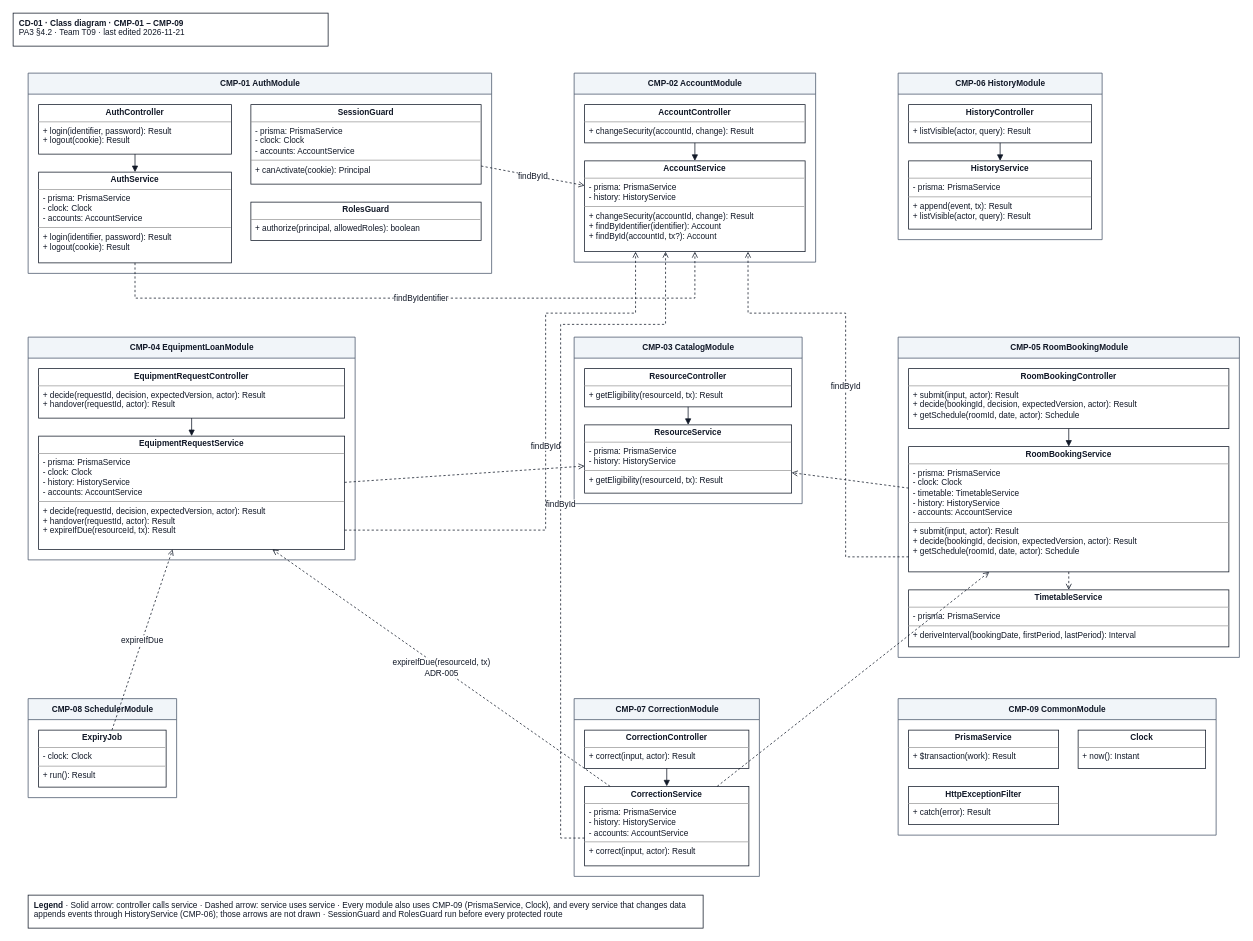
Above: docs/design/diagrams/CD-01_component-classes.drawio in JuliaTrang/T09-CampusBorrow (draw.io), before the change. Source tidied: cells renumbered, new cells numbered last; positions are measured from the earlier drawing's top-left corner, leaving out a move shared by most shapes. Both pictures are drawn from the tidied source at 75%, with x=0, y=0 at pixel (13, 13).
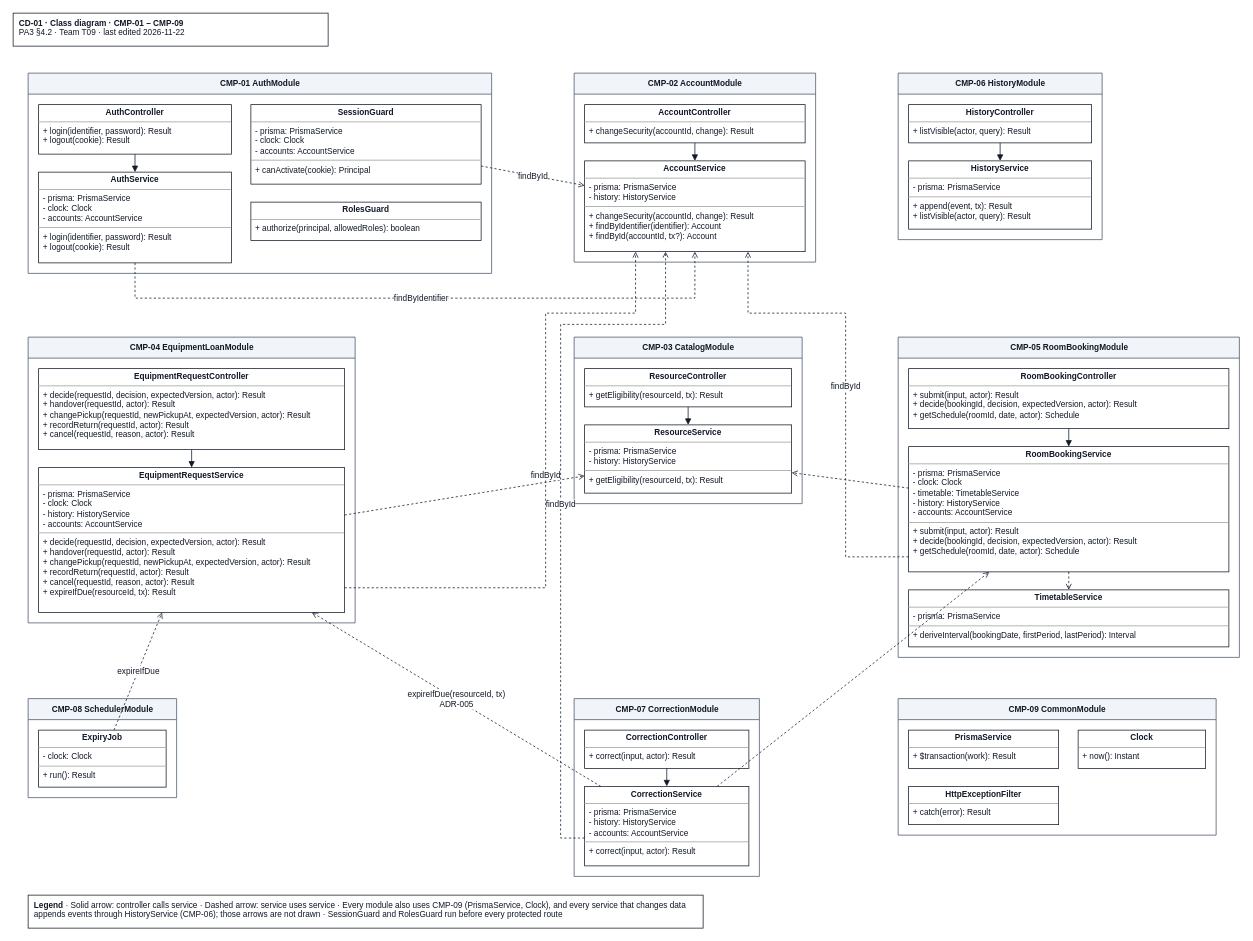
Above is the later version.

Unchanged cells that the change refers to:
```xml
<mxCell id="10" value="&lt;p style=&quot;margin:0px;margin-top:4px;text-align:center;&quot;&gt;&lt;b&gt;AccountService&lt;/b&gt;&lt;/p&gt;&lt;hr size=&quot;1&quot;/&gt;&lt;p style=&quot;margin:0px;margin-left:6px;&quot;&gt;- prisma: PrismaService&lt;br&gt;- history: HistoryService&lt;/p&gt;&lt;hr size=&quot;1&quot;/&gt;&lt;p style=&quot;margin:0px;margin-left:6px;&quot;&gt;+ changeSecurity(accountId, change): Result&lt;br&gt;+ findByIdentifier(identifier): Account&lt;br&gt;+ findById(accountId, tx?): Account&lt;/p&gt;" style="verticalAlign=top;align=left;overflow=fill;html=1;whiteSpace=wrap;rounded=0;strokeColor=#111827;fillColor=#ffffff;fontFamily=Arial;fontSize=11;fontColor=#111827;" parent="8" vertex="1">
  <mxGeometry x="14" y="117" width="294" height="121" as="geometry" />
</mxCell>
```

Change to the diagram source:
```diff
@@
-    <mxCell id="2" value="&lt;b&gt;CD-01 · Class diagram · CMP-01 – CMP-09&lt;/b&gt;&lt;br&gt;PA3 §4.2 · Team T09 · last edited 2026-11-21" style="rounded=0;whiteSpace=wrap;html=1;align=left;verticalAlign=top;spacingLeft=6;strokeColor=#111827;fillColor=#ffffff;fontFamily=Arial;fontSize=11;fontColor=#111827;" parent="1" vertex="1">
+    <mxCell id="2" value="&lt;b&gt;CD-01 · Class diagram · CMP-01 – CMP-09&lt;/b&gt;&lt;br&gt;PA3 §4.2 · Team T09 · last edited 2026-11-22" style="rounded=0;whiteSpace=wrap;html=1;align=left;verticalAlign=top;spacingLeft=6;strokeColor=#111827;fillColor=#ffffff;fontFamily=Arial;fontSize=11;fontColor=#111827;" parent="1" vertex="1">
       <mxGeometry width="420" height="44" as="geometry" />
     </mxCell>
@@
     <mxCell id="14" value="CMP-04 EquipmentLoanModule" style="swimlane;startSize=28;html=1;horizontal=1;fillColor=#f1f5f9;strokeColor=#475569;fontStyle=1;rounded=0;fontFamily=Arial;fontSize=11;fontColor=#111827;" parent="1" vertex="1">
-      <mxGeometry x="20" y="432" width="436" height="297" as="geometry" />
+      <mxGeometry x="20" y="432" width="436" height="381" as="geometry" />
     </mxCell>
-    <mxCell id="15" value="&lt;p style=&quot;margin:0px;margin-top:4px;text-align:center;&quot;&gt;&lt;b&gt;EquipmentRequestController&lt;/b&gt;&lt;/p&gt;&lt;hr size=&quot;1&quot;/&gt;&lt;p style=&quot;margin:0px;margin-left:6px;&quot;&gt;+ decide(requestId, decision, expectedVersion, actor): Result&lt;br&gt;+ handover(requestId, actor): Result&lt;/p&gt;" style="verticalAlign=top;align=left;overflow=fill;html=1;whiteSpace=wrap;rounded=0;strokeColor=#111827;fillColor=#ffffff;fontFamily=Arial;fontSize=11;fontColor=#111827;" parent="14" vertex="1">
-      <mxGeometry x="14" y="42" width="408" height="66" as="geometry" />
+    <mxCell id="15" value="&lt;p style=&quot;margin:0px;margin-top:4px;text-align:center;&quot;&gt;&lt;b&gt;EquipmentRequestController&lt;/b&gt;&lt;/p&gt;&lt;hr size=&quot;1&quot;/&gt;&lt;p style=&quot;margin:0px;margin-left:6px;&quot;&gt;+ decide(requestId, decision, expectedVersion, actor): Result&lt;br&gt;+ handover(requestId, actor): Result&lt;br&gt;+ changePickup(requestId, newPickupAt, expectedVersion, actor): Result&lt;br&gt;+ recordReturn(requestId, actor): Result&lt;br&gt;+ cancel(requestId, reason, actor): Result&lt;/p&gt;" style="verticalAlign=top;align=left;overflow=fill;html=1;whiteSpace=wrap;rounded=0;strokeColor=#111827;fillColor=#ffffff;fontFamily=Arial;fontSize=11;fontColor=#111827;" parent="14" vertex="1">
+      <mxGeometry x="14" y="42" width="408" height="108" as="geometry" />
     </mxCell>
-    <mxCell id="16" value="&lt;p style=&quot;margin:0px;margin-top:4px;text-align:center;&quot;&gt;&lt;b&gt;EquipmentRequestService&lt;/b&gt;&lt;/p&gt;&lt;hr size=&quot;1&quot;/&gt;&lt;p style=&quot;margin:0px;margin-left:6px;&quot;&gt;- prisma: PrismaService&lt;br&gt;- clock: Clock&lt;br&gt;- history: HistoryService&lt;br&gt;- accounts: AccountService&lt;/p&gt;&lt;hr size=&quot;1&quot;/&gt;&lt;p style=&quot;margin:0px;margin-left:6px;&quot;&gt;+ decide(requestId, decision, expectedVersion, actor): Result&lt;br&gt;+ handover(requestId, actor): Result&lt;br&gt;+ expireIfDue(resourceId, tx): Result&lt;/p&gt;" style="verticalAlign=top;align=left;overflow=fill;html=1;whiteSpace=wrap;rounded=0;strokeColor=#111827;fillColor=#ffffff;fontFamily=Arial;fontSize=11;fontColor=#111827;" parent="14" vertex="1">
-      <mxGeometry x="14" y="132" width="408" height="151" as="geometry" />
+    <mxCell id="16" value="&lt;p style=&quot;margin:0px;margin-top:4px;text-align:center;&quot;&gt;&lt;b&gt;EquipmentRequestService&lt;/b&gt;&lt;/p&gt;&lt;hr size=&quot;1&quot;/&gt;&lt;p style=&quot;margin:0px;margin-left:6px;&quot;&gt;- prisma: PrismaService&lt;br&gt;- clock: Clock&lt;br&gt;- history: HistoryService&lt;br&gt;- accounts: AccountService&lt;/p&gt;&lt;hr size=&quot;1&quot;/&gt;&lt;p style=&quot;margin:0px;margin-left:6px;&quot;&gt;+ decide(requestId, decision, expectedVersion, actor): Result&lt;br&gt;+ handover(requestId, actor): Result&lt;br&gt;+ changePickup(requestId, newPickupAt, expectedVersion, actor): Result&lt;br&gt;+ recordReturn(requestId, actor): Result&lt;br&gt;+ cancel(requestId, reason, actor): Result&lt;br&gt;+ expireIfDue(resourceId, tx): Result&lt;/p&gt;" style="verticalAlign=top;align=left;overflow=fill;html=1;whiteSpace=wrap;rounded=0;strokeColor=#111827;fillColor=#ffffff;fontFamily=Arial;fontSize=11;fontColor=#111827;" parent="14" vertex="1">
+      <mxGeometry x="14" y="174" width="408" height="193" as="geometry" />
     </mxCell>
@@
     <mxCell id="49" value="findById" style="rounded=0;html=1;endArrow=open;endFill=0;dashed=1;strokeColor=#111827;fontFamily=Arial;fontSize=11;fontColor=#111827;edgeStyle=orthogonalEdgeStyle;exitX=1;exitY=0.83;entryX=0.231;entryY=1;" parent="1" edge="1" source="16" target="10">
       <mxGeometry relative="1" as="geometry">
         <Array as="points">
-          <mxPoint x="710" y="690" />
+          <mxPoint x="710" y="766" />
           <mxPoint x="710" y="400" />
           <mxPoint x="830" y="400" />
         </Array>
       </mxGeometry>
     </mxCell>
```
